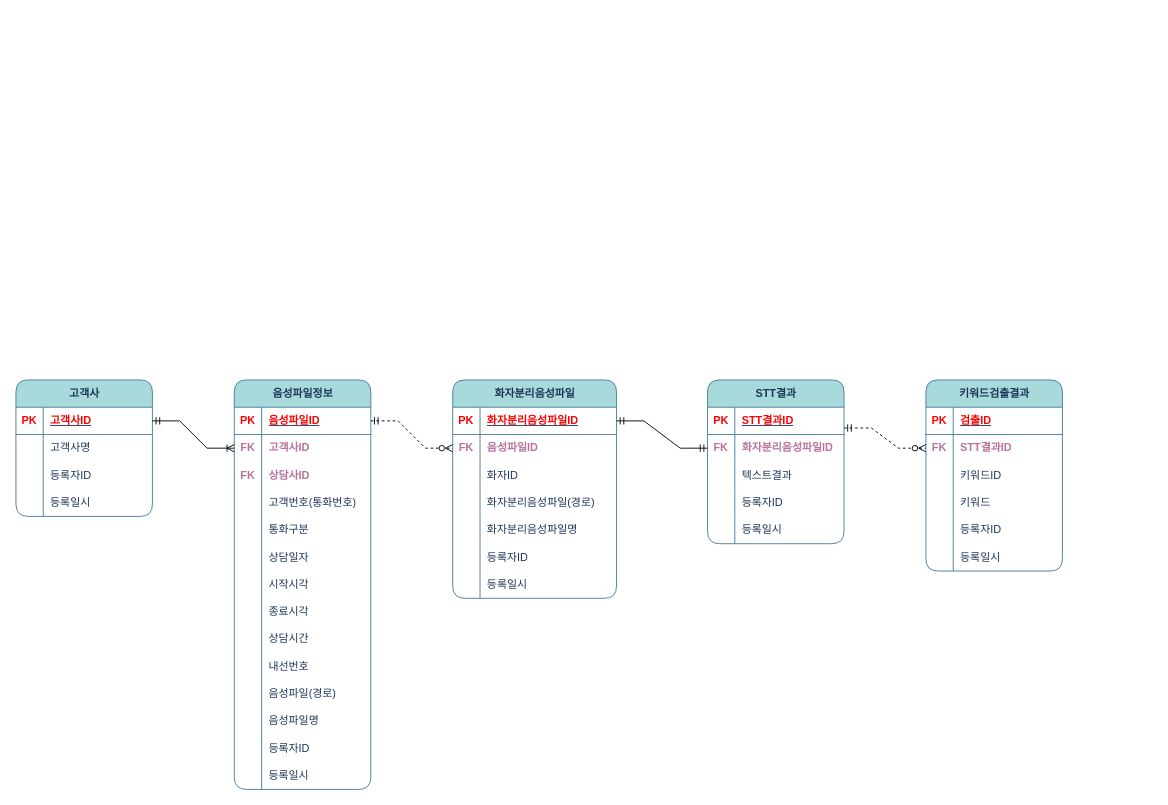
Above: page "업무중심" (6 of 9) of 제목 없는 다이어그램.drawio in wishholic/ERD (draw.io), before the change. Source tidied: cells renumbered, new cells numbered last; positions are measured from the earlier drawing's top-left corner, leaving out a move shared by most shapes. Both pictures are drawn from the tidied source at 91%, with x=0, y=0 at pixel (15, 379).
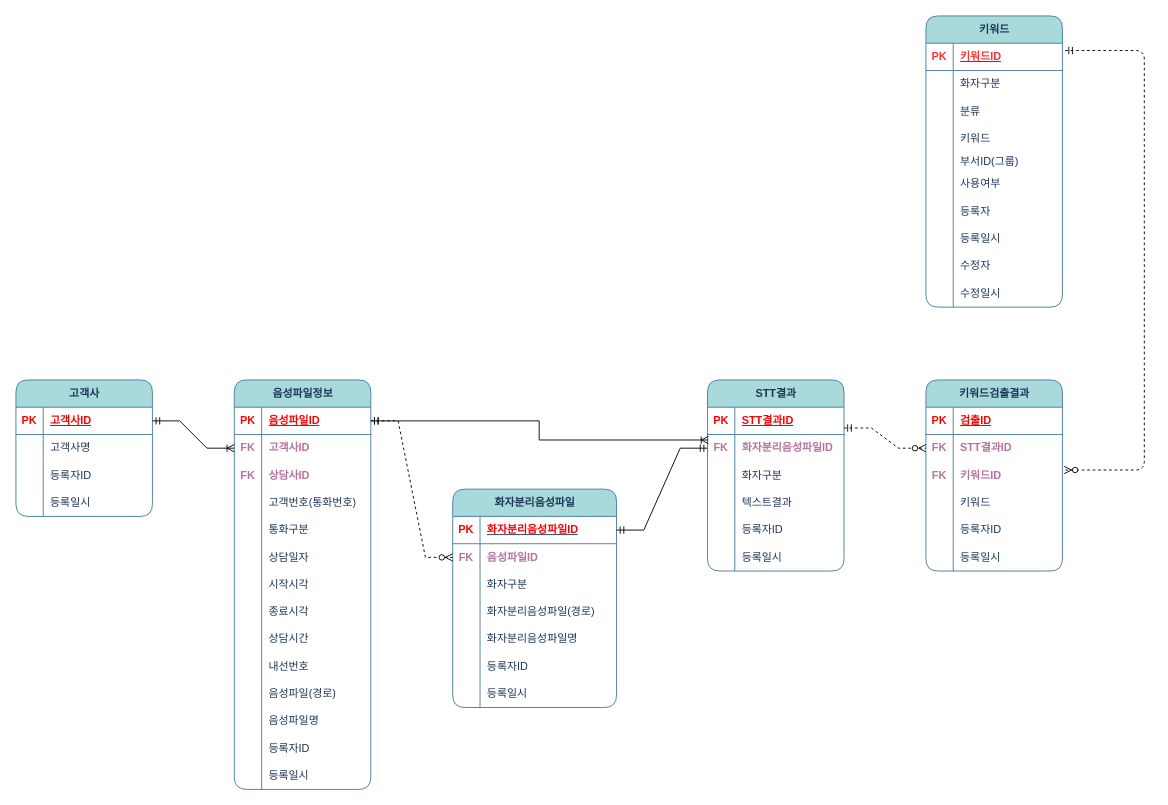
The same page after the edit.

Unchanged cells that the change refers to:
```xml
<mxCell id="16" style="shape=tableRow;horizontal=0;startSize=0;swimlaneHead=0;swimlaneBody=0;fillColor=none;points=[[0,0.5],[1,0.5]];portConstraint=eastwest;top=0;left=0;right=0;bottom=1;rounded=1;labelBackgroundColor=none;strokeColor=#457B9D;fontColor=#1D3557;" parent="15" vertex="1">
  <mxGeometry y="30" width="150" height="30" as="geometry" />
</mxCell>
<mxCell id="62" style="shape=tableRow;horizontal=0;startSize=0;swimlaneHead=0;swimlaneBody=0;fillColor=none;points=[[0,0.5],[1,0.5]];portConstraint=eastwest;top=0;left=0;right=0;bottom=0;rounded=1;labelBackgroundColor=none;strokeColor=#457B9D;fontColor=#1D3557;" parent="58" vertex="1">
  <mxGeometry y="60" width="150" height="30" as="geometry" />
</mxCell>
<mxCell id="81" style="shape=tableRow;horizontal=0;startSize=0;swimlaneHead=0;swimlaneBody=0;fillColor=none;top=0;left=0;right=0;bottom=0;rounded=1;labelBackgroundColor=none;strokeColor=#457B9D;fontColor=#1D3557;" parent="74" vertex="1">
  <mxGeometry y="90" width="180" height="30" as="geometry" />
</mxCell>
<mxCell id="103" style="shape=tableRow;horizontal=0;startSize=0;swimlaneHead=0;swimlaneBody=0;fillColor=none;points=[[0,0.5],[1,0.5]];portConstraint=eastwest;top=0;left=0;right=0;bottom=0;rounded=1;labelBackgroundColor=none;strokeColor=#457B9D;fontColor=#1D3557;" parent="96" vertex="1">
  <mxGeometry y="90" width="150" height="30" as="geometry" />
</mxCell>
```

Change to the diagram source:
```diff
@@
     <mxCell id="58" value="STT결과" style="shape=table;startSize=30;childLayout=tableLayout;rowLines=0;fontStyle=1;align=center;html=1;fillColor=#A8DADC;strokeColor=#457B9D;rounded=1;labelBackgroundColor=none;fontColor=#1D3557;" parent="1" vertex="1">
-      <mxGeometry x="760" width="150" height="180" as="geometry" />
+      <mxGeometry x="760" width="150" height="210" as="geometry" />
     </mxCell>
@@
+    <mxCell id="119" style="shape=tableRow;horizontal=0;startSize=0;swimlaneHead=0;swimlaneBody=0;fillColor=none;top=0;left=0;right=0;bottom=0;rounded=1;labelBackgroundColor=none;strokeColor=#457B9D;fontColor=#1D3557;" parent="58" vertex="1">
+      <mxGeometry y="90" width="150" height="30" as="geometry" />
+    </mxCell>
+    <mxCell id="120" style="shape=partialRectangle;fillColor=none;top=0;left=0;bottom=0;right=0;overflow=hidden;whiteSpace=wrap;html=1;rounded=1;labelBackgroundColor=none;strokeColor=#457B9D;fontColor=#1D3557;" parent="119" vertex="1">
+      <mxGeometry width="30" height="30" as="geometry" />
+    </mxCell>
+    <mxCell id="121" value="화자구분" style="shape=partialRectangle;fillColor=none;top=0;left=0;bottom=0;right=0;align=left;spacingLeft=6;overflow=hidden;whiteSpace=wrap;html=1;rounded=1;labelBackgroundColor=none;strokeColor=#457B9D;fontColor=#1D3557;" parent="119" vertex="1">
+      <mxGeometry x="30" width="120" height="30" as="geometry" />
+    </mxCell>
     <mxCell id="65" style="shape=tableRow;horizontal=0;startSize=0;swimlaneHead=0;swimlaneBody=0;fillColor=none;top=0;left=0;right=0;bottom=0;rounded=1;labelBackgroundColor=none;strokeColor=#457B9D;fontColor=#1D3557;" parent="58" vertex="1">
-      <mxGeometry y="90" width="150" height="30" as="geometry" />
+      <mxGeometry y="120" width="150" height="30" as="geometry" />
     </mxCell>
@@
     <mxCell id="68" style="shape=tableRow;horizontal=0;startSize=0;swimlaneHead=0;swimlaneBody=0;fillColor=none;top=0;left=0;right=0;bottom=0;rounded=1;labelBackgroundColor=none;strokeColor=#457B9D;fontColor=#1D3557;" parent="58" vertex="1">
-      <mxGeometry y="120" width="150" height="30" as="geometry" />
+      <mxGeometry y="150" width="150" height="30" as="geometry" />
     </mxCell>
@@
     <mxCell id="71" style="shape=tableRow;horizontal=0;startSize=0;swimlaneHead=0;swimlaneBody=0;fillColor=none;top=0;left=0;right=0;bottom=0;rounded=1;labelBackgroundColor=none;strokeColor=#457B9D;fontColor=#1D3557;" parent="58" vertex="1">
-      <mxGeometry y="150" width="150" height="30" as="geometry" />
+      <mxGeometry y="180" width="150" height="30" as="geometry" />
     </mxCell>
@@
     <mxCell id="74" value="화자분리음성파일" style="shape=table;startSize=30;childLayout=tableLayout;rowLines=0;fontStyle=1;align=center;html=1;fillColor=#A8DADC;strokeColor=#457B9D;rounded=1;labelBackgroundColor=none;fontColor=#1D3557;" parent="1" vertex="1">
-      <mxGeometry x="480" width="180" height="240" as="geometry" />
+      <mxGeometry x="480" y="120" width="180" height="240" as="geometry" />
     </mxCell>
@@
-    <mxCell id="83" value="화자ID" style="shape=partialRectangle;fillColor=none;top=0;left=0;bottom=0;right=0;align=left;spacingLeft=6;overflow=hidden;whiteSpace=wrap;html=1;rounded=1;labelBackgroundColor=none;strokeColor=#457B9D;fontColor=#1D3557;" parent="81" vertex="1">
+    <mxCell id="83" value="화자구분" style="shape=partialRectangle;fillColor=none;top=0;left=0;bottom=0;right=0;align=left;spacingLeft=6;overflow=hidden;whiteSpace=wrap;html=1;rounded=1;labelBackgroundColor=none;strokeColor=#457B9D;fontColor=#1D3557;" parent="81" vertex="1">
       <mxGeometry x="30" width="150" height="30" as="geometry" />
     </mxCell>
@@
-    <mxCell id="104" style="shape=partialRectangle;fillColor=none;top=0;left=0;bottom=0;right=0;overflow=hidden;whiteSpace=wrap;html=1;rounded=1;labelBackgroundColor=none;strokeColor=#457B9D;fontColor=#1D3557;" parent="103" vertex="1">
+    <mxCell id="104" value="&lt;b style=&quot;color: rgb(181, 115, 157);&quot;&gt;FK&lt;/b&gt;" style="shape=partialRectangle;fillColor=none;top=0;left=0;bottom=0;right=0;overflow=hidden;whiteSpace=wrap;html=1;rounded=1;labelBackgroundColor=none;strokeColor=#457B9D;fontColor=#1D3557;" parent="103" vertex="1">
       <mxGeometry width="30" height="30" as="geometry" />
     </mxCell>
-    <mxCell id="105" value="키워드ID" style="shape=partialRectangle;fillColor=none;top=0;left=0;bottom=0;right=0;align=left;spacingLeft=6;overflow=hidden;whiteSpace=wrap;html=1;rounded=1;labelBackgroundColor=none;strokeColor=#457B9D;fontColor=#1D3557;" parent="103" vertex="1">
+    <mxCell id="105" value="&lt;b style=&quot;color: rgb(181, 115, 157);&quot;&gt;키워드ID&lt;/b&gt;" style="shape=partialRectangle;fillColor=none;top=0;left=0;bottom=0;right=0;align=left;spacingLeft=6;overflow=hidden;whiteSpace=wrap;html=1;rounded=1;labelBackgroundColor=none;strokeColor=#457B9D;fontColor=#1D3557;" parent="103" vertex="1">
       <mxGeometry x="30" width="120" height="30" as="geometry" />
     </mxCell>
@@
+    <mxCell id="122" value="키워드" style="shape=table;startSize=30;childLayout=tableLayout;rowLines=0;fontStyle=1;align=center;html=1;fillColor=#A8DADC;strokeColor=#457B9D;rounded=1;labelBackgroundColor=none;fontColor=#1D3557;" parent="1" vertex="1">
+      <mxGeometry x="1000" y="-400" width="150" height="320" as="geometry" />
+    </mxCell>
+    <mxCell id="123" style="shape=tableRow;horizontal=0;startSize=0;swimlaneHead=0;swimlaneBody=0;fillColor=none;points=[[0,0.5],[1,0.5]];portConstraint=eastwest;top=0;left=0;right=0;bottom=1;rounded=1;labelBackgroundColor=none;strokeColor=#457B9D;fontColor=#1D3557;" parent="122" vertex="1">
+      <mxGeometry y="30" width="150" height="30" as="geometry" />
+    </mxCell>
+    <mxCell id="124" value="&lt;font color=&quot;#ff3333&quot;&gt;PK&lt;/font&gt;" style="shape=partialRectangle;fillColor=none;top=0;left=0;bottom=0;right=0;fontStyle=1;overflow=hidden;whiteSpace=wrap;html=1;rounded=1;labelBackgroundColor=none;strokeColor=#457B9D;fontColor=#1D3557;" parent="123" vertex="1">
+      <mxGeometry width="30" height="30" as="geometry" />
+    </mxCell>
+    <mxCell id="125" value="&lt;font color=&quot;#ff3333&quot;&gt;키워드ID&lt;/font&gt;" style="shape=partialRectangle;fillColor=none;top=0;left=0;bottom=0;right=0;align=left;spacingLeft=6;fontStyle=5;overflow=hidden;whiteSpace=wrap;html=1;rounded=1;labelBackgroundColor=none;strokeColor=#457B9D;fontColor=#1D3557;" parent="123" vertex="1">
+      <mxGeometry x="30" width="120" height="30" as="geometry" />
+    </mxCell>
+    <mxCell id="126" style="shape=tableRow;horizontal=0;startSize=0;swimlaneHead=0;swimlaneBody=0;fillColor=none;top=0;left=0;right=0;bottom=0;rounded=1;labelBackgroundColor=none;strokeColor=#457B9D;fontColor=#1D3557;" parent="122" vertex="1">
+      <mxGeometry y="60" width="150" height="30" as="geometry" />
+    </mxCell>
+    <mxCell id="127" style="shape=partialRectangle;fillColor=none;top=0;left=0;bottom=0;right=0;overflow=hidden;whiteSpace=wrap;html=1;rounded=1;labelBackgroundColor=none;strokeColor=#457B9D;fontColor=#1D3557;" parent="126" vertex="1">
+      <mxGeometry width="30" height="30" as="geometry" />
+    </mxCell>
+    <mxCell id="128" value="화자구분" style="shape=partialRectangle;fillColor=none;top=0;left=0;bottom=0;right=0;align=left;spacingLeft=6;overflow=hidden;whiteSpace=wrap;html=1;rounded=1;labelBackgroundColor=none;strokeColor=#457B9D;fontColor=#1D3557;" parent="126" vertex="1">
+      <mxGeometry x="30" width="120" height="30" as="geometry" />
+    </mxCell>
+    <mxCell id="129" style="shape=tableRow;horizontal=0;startSize=0;swimlaneHead=0;swimlaneBody=0;fillColor=none;top=0;left=0;right=0;bottom=0;rounded=1;labelBackgroundColor=none;strokeColor=#457B9D;fontColor=#1D3557;" parent="122" vertex="1">
+      <mxGeometry y="90" width="150" height="30" as="geometry" />
+    </mxCell>
+    <mxCell id="130" style="shape=partialRectangle;fillColor=none;top=0;left=0;bottom=0;right=0;overflow=hidden;whiteSpace=wrap;html=1;rounded=1;labelBackgroundColor=none;strokeColor=#457B9D;fontColor=#1D3557;" parent="129" vertex="1">
+      <mxGeometry width="30" height="30" as="geometry" />
+    </mxCell>
+    <mxCell id="131" value="분류" style="shape=partialRectangle;fillColor=none;top=0;left=0;bottom=0;right=0;align=left;spacingLeft=6;overflow=hidden;whiteSpace=wrap;html=1;rounded=1;labelBackgroundColor=none;strokeColor=#457B9D;fontColor=#1D3557;" parent="129" vertex="1">
+      <mxGeometry x="30" width="120" height="30" as="geometry" />
+    </mxCell>
+    <mxCell id="132" style="shape=tableRow;horizontal=0;startSize=0;swimlaneHead=0;swimlaneBody=0;fillColor=none;top=0;left=0;right=0;bottom=0;rounded=1;labelBackgroundColor=none;strokeColor=#457B9D;fontColor=#1D3557;" parent="122" vertex="1">
+      <mxGeometry y="120" width="150" height="30" as="geometry" />
+    </mxCell>
+    <mxCell id="133" style="shape=partialRectangle;fillColor=none;top=0;left=0;bottom=0;right=0;overflow=hidden;whiteSpace=wrap;html=1;rounded=1;labelBackgroundColor=none;strokeColor=#457B9D;fontColor=#1D3557;" parent="132" vertex="1">
+      <mxGeometry width="30" height="30" as="geometry" />
+    </mxCell>
+    <mxCell id="134" value="키워드" style="shape=partialRectangle;fillColor=none;top=0;left=0;bottom=0;right=0;align=left;spacingLeft=6;overflow=hidden;whiteSpace=wrap;html=1;rounded=1;labelBackgroundColor=none;strokeColor=#457B9D;fontColor=#1D3557;" parent="132" vertex="1">
+      <mxGeometry x="30" width="120" height="30" as="geometry" />
+    </mxCell>
+    <mxCell id="135" style="shape=tableRow;horizontal=0;startSize=0;swimlaneHead=0;swimlaneBody=0;fillColor=none;top=0;left=0;right=0;bottom=0;rounded=1;labelBackgroundColor=none;strokeColor=#457B9D;fontColor=#1D3557;" parent="122" vertex="1">
+      <mxGeometry y="150" width="150" height="20" as="geometry" />
+    </mxCell>
+    <mxCell id="136" style="shape=partialRectangle;fillColor=none;top=0;left=0;bottom=0;right=0;overflow=hidden;whiteSpace=wrap;html=1;rounded=1;labelBackgroundColor=none;strokeColor=#457B9D;fontColor=#1D3557;" parent="135" vertex="1">
+      <mxGeometry width="30" height="20" as="geometry" />
+    </mxCell>
+    <mxCell id="137" value="부서ID(그룹)" style="shape=partialRectangle;fillColor=none;top=0;left=0;bottom=0;right=0;align=left;spacingLeft=6;overflow=hidden;whiteSpace=wrap;html=1;rounded=1;labelBackgroundColor=none;strokeColor=#457B9D;fontColor=#1D3557;" parent="135" vertex="1">
+      <mxGeometry x="30" width="120" height="20" as="geometry" />
+    </mxCell>
+    <mxCell id="138" style="shape=tableRow;horizontal=0;startSize=0;swimlaneHead=0;swimlaneBody=0;fillColor=none;top=0;left=0;right=0;bottom=0;rounded=1;labelBackgroundColor=none;strokeColor=#457B9D;fontColor=#1D3557;" parent="122" vertex="1">
+      <mxGeometry y="170" width="150" height="30" as="geometry" />
+    </mxCell>
+    <mxCell id="139" style="shape=partialRectangle;fillColor=none;top=0;left=0;bottom=0;right=0;overflow=hidden;whiteSpace=wrap;html=1;rounded=1;labelBackgroundColor=none;strokeColor=#457B9D;fontColor=#1D3557;" parent="138" vertex="1">
+      <mxGeometry width="30" height="30" as="geometry" />
+    </mxCell>
+    <mxCell id="140" value="사용여부" style="shape=partialRectangle;fillColor=none;top=0;left=0;bottom=0;right=0;align=left;spacingLeft=6;overflow=hidden;whiteSpace=wrap;html=1;rounded=1;labelBackgroundColor=none;strokeColor=#457B9D;fontColor=#1D3557;" parent="138" vertex="1">
+      <mxGeometry x="30" width="120" height="30" as="geometry" />
+    </mxCell>
+    <mxCell id="141" style="shape=tableRow;horizontal=0;startSize=0;swimlaneHead=0;swimlaneBody=0;fillColor=none;top=0;left=0;right=0;bottom=0;rounded=1;labelBackgroundColor=none;strokeColor=#457B9D;fontColor=#1D3557;" parent="122" vertex="1">
+      <mxGeometry y="200" width="150" height="30" as="geometry" />
+    </mxCell>
+    <mxCell id="142" style="shape=partialRectangle;fillColor=none;top=0;left=0;bottom=0;right=0;overflow=hidden;whiteSpace=wrap;html=1;rounded=1;labelBackgroundColor=none;strokeColor=#457B9D;fontColor=#1D3557;" parent="141" vertex="1">
+      <mxGeometry width="30" height="30" as="geometry" />
+    </mxCell>
+    <mxCell id="143" value="등록자" style="shape=partialRectangle;fillColor=none;top=0;left=0;bottom=0;right=0;align=left;spacingLeft=6;overflow=hidden;whiteSpace=wrap;html=1;rounded=1;labelBackgroundColor=none;strokeColor=#457B9D;fontColor=#1D3557;" parent="141" vertex="1">
+      <mxGeometry x="30" width="120" height="30" as="geometry" />
+    </mxCell>
+    <mxCell id="144" style="shape=tableRow;horizontal=0;startSize=0;swimlaneHead=0;swimlaneBody=0;fillColor=none;top=0;left=0;right=0;bottom=0;rounded=1;labelBackgroundColor=none;strokeColor=#457B9D;fontColor=#1D3557;" parent="122" vertex="1">
+      <mxGeometry y="230" width="150" height="30" as="geometry" />
+    </mxCell>
+    <mxCell id="145" style="shape=partialRectangle;fillColor=none;top=0;left=0;bottom=0;right=0;overflow=hidden;whiteSpace=wrap;html=1;rounded=1;labelBackgroundColor=none;strokeColor=#457B9D;fontColor=#1D3557;" parent="144" vertex="1">
+      <mxGeometry width="30" height="30" as="geometry" />
+    </mxCell>
+    <mxCell id="146" value="등록일시" style="shape=partialRectangle;fillColor=none;top=0;left=0;bottom=0;right=0;align=left;spacingLeft=6;overflow=hidden;whiteSpace=wrap;html=1;rounded=1;labelBackgroundColor=none;strokeColor=#457B9D;fontColor=#1D3557;" parent="144" vertex="1">
+      <mxGeometry x="30" width="120" height="30" as="geometry" />
+    </mxCell>
+    <mxCell id="147" style="shape=tableRow;horizontal=0;startSize=0;swimlaneHead=0;swimlaneBody=0;fillColor=none;top=0;left=0;right=0;bottom=0;rounded=1;labelBackgroundColor=none;strokeColor=#457B9D;fontColor=#1D3557;" parent="122" vertex="1">
+      <mxGeometry y="260" width="150" height="30" as="geometry" />
+    </mxCell>
+    <mxCell id="148" style="shape=partialRectangle;fillColor=none;top=0;left=0;bottom=0;right=0;overflow=hidden;whiteSpace=wrap;html=1;rounded=1;labelBackgroundColor=none;strokeColor=#457B9D;fontColor=#1D3557;" parent="147" vertex="1">
+      <mxGeometry width="30" height="30" as="geometry" />
+    </mxCell>
+    <mxCell id="149" value="수정자" style="shape=partialRectangle;fillColor=none;top=0;left=0;bottom=0;right=0;align=left;spacingLeft=6;overflow=hidden;whiteSpace=wrap;html=1;rounded=1;labelBackgroundColor=none;strokeColor=#457B9D;fontColor=#1D3557;" parent="147" vertex="1">
+      <mxGeometry x="30" width="120" height="30" as="geometry" />
+    </mxCell>
+    <mxCell id="150" style="shape=tableRow;horizontal=0;startSize=0;swimlaneHead=0;swimlaneBody=0;fillColor=none;top=0;left=0;right=0;bottom=0;rounded=1;labelBackgroundColor=none;strokeColor=#457B9D;fontColor=#1D3557;" parent="122" vertex="1">
+      <mxGeometry y="290" width="150" height="30" as="geometry" />
+    </mxCell>
+    <mxCell id="151" style="shape=partialRectangle;fillColor=none;top=0;left=0;bottom=0;right=0;overflow=hidden;whiteSpace=wrap;html=1;rounded=1;labelBackgroundColor=none;strokeColor=#457B9D;fontColor=#1D3557;" parent="150" vertex="1">
+      <mxGeometry width="30" height="30" as="geometry" />
+    </mxCell>
+    <mxCell id="152" value="수정일시" style="shape=partialRectangle;fillColor=none;top=0;left=0;bottom=0;right=0;align=left;spacingLeft=6;overflow=hidden;whiteSpace=wrap;html=1;rounded=1;labelBackgroundColor=none;strokeColor=#457B9D;fontColor=#1D3557;" parent="150" vertex="1">
+      <mxGeometry x="30" width="120" height="30" as="geometry" />
+    </mxCell>
+    <mxCell id="153" style="edgeStyle=orthogonalEdgeStyle;fontSize=12;html=1;endArrow=ERoneToMany;startArrow=ERmandOne;rounded=0;exitX=1;exitY=0.5;exitDx=0;exitDy=0;entryX=0.007;entryY=0.2;entryDx=0;entryDy=0;entryPerimeter=0;" parent="1" edge="1" source="16" target="62">
+      <mxGeometry relative="1" as="geometry" />
+    </mxCell>
+    <mxCell id="154" style="edgeStyle=elbowEdgeStyle;fontSize=12;html=1;endArrow=ERzeroToMany;startArrow=ERmandOne;rounded=1;exitX=1.02;exitY=0.267;exitDx=0;exitDy=0;exitPerimeter=0;entryX=1.013;entryY=0.3;entryDx=0;entryDy=0;entryPerimeter=0;curved=0;dashed=1;" parent="1" edge="1" source="123" target="103">
+      <mxGeometry relative="1" as="geometry">
+        <Array as="points">
+          <mxPoint x="1240" y="-130" />
+        </Array>
+      </mxGeometry>
+    </mxCell>
```
